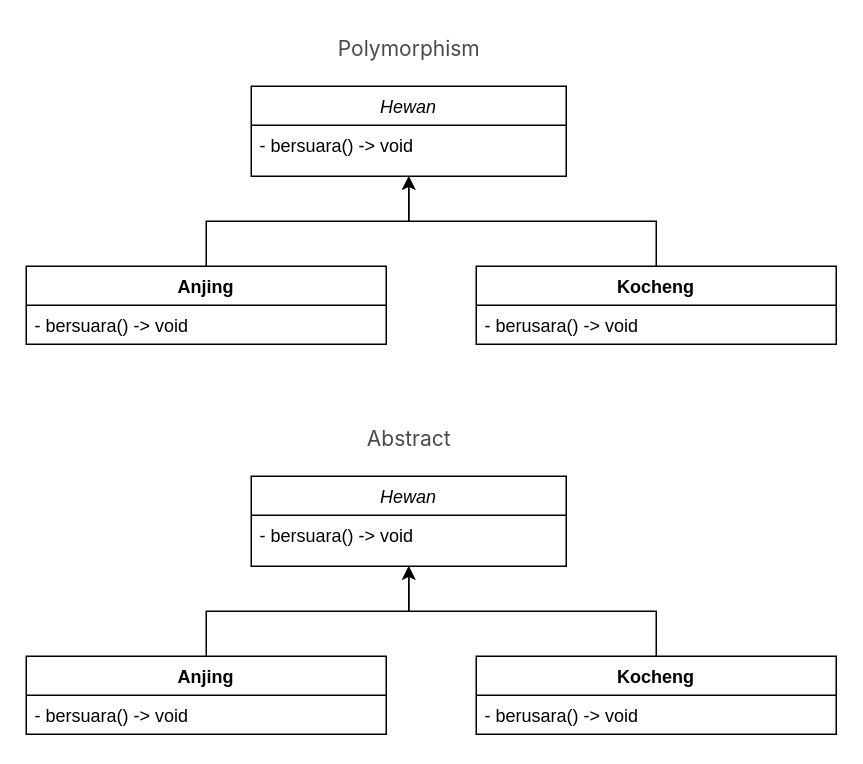
Above: praktikum05/DiagramPraktikum5.drawio in Sucipto-Abdullah/DasarPemogramanJava (draw.io), before the change. Source tidied: cells renumbered, new cells numbered last; positions are measured from the earlier drawing's top-left corner, leaving out a move shared by most shapes. Both pictures are drawn from the tidied source at 150%, with x=0, y=0 at pixel (26, 26).
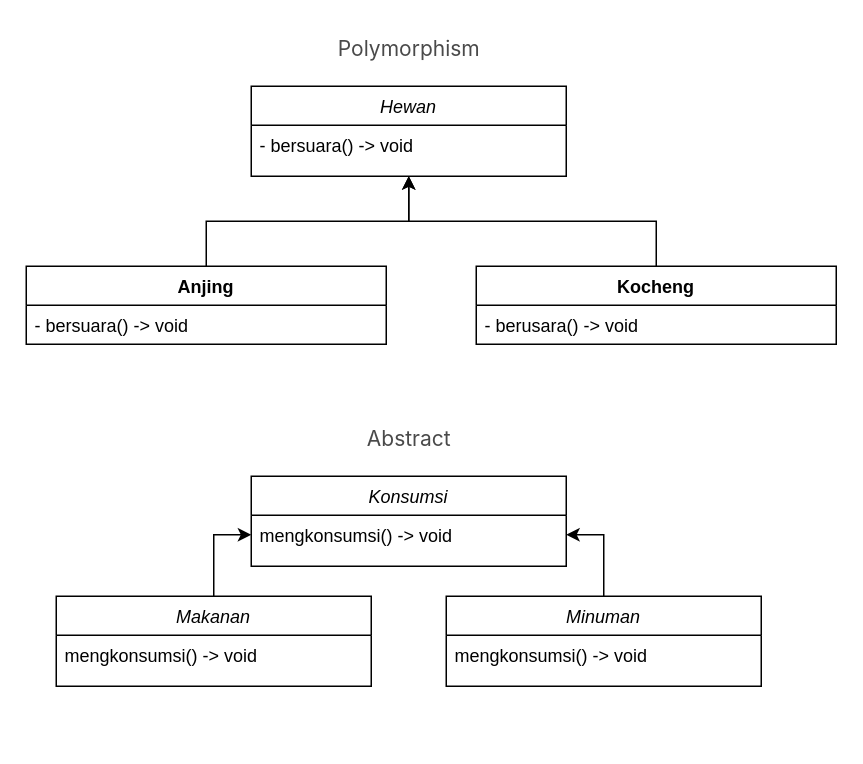
The same diagram, later.

The change refers to these unchanged cells:
```xml
<mxCell id="12" style="group;" parent="1" vertex="1">
  <mxGeometry y="260" width="540" height="212" as="geometry" />
</mxCell>
```

What changed in the source:
```diff
@@
-    <mxCell id="13" value="Hewan" style="swimlane;fontStyle=2;align=center;verticalAlign=top;horizontal=1;startSize=26;rounded=0;shadow=0;strokeWidth=1;" parent="12" vertex="1">
+    <mxCell id="13" value="Konsumsi" style="swimlane;fontStyle=2;align=center;verticalAlign=top;horizontal=1;startSize=26;rounded=0;shadow=0;strokeWidth=1;" parent="12" vertex="1">
       <mxGeometry x="150" y="40" width="210" height="60" as="geometry" />
     </mxCell>
-    <mxCell id="14" value="- bersuara() -&gt; void" style="text;align=left;verticalAlign=top;spacingLeft=4;spacingRight=4;overflow=hidden;points=[[0,0.5],[1,0.5]];portConstraint=eastwest;" parent="13" vertex="1">
+    <mxCell id="14" value="mengkonsumsi() -&gt; void" style="text;align=left;verticalAlign=top;spacingLeft=4;spacingRight=4;overflow=hidden;points=[[0,0.5],[1,0.5]];portConstraint=eastwest;" parent="13" vertex="1">
       <mxGeometry y="26" width="210" height="26" as="geometry" />
     </mxCell>
-    <mxCell id="15" style="edgeStyle=orthogonalEdgeStyle;rounded=0;jettySize=auto;html=1;entryX=0.5;entryY=1;entryDx=0;entryDy=0;" parent="12" edge="1" source="16" target="13">
-      <mxGeometry relative="1" as="geometry" />
-    </mxCell>
-    <mxCell id="16" value="Anjing" style="swimlane;fontStyle=1;align=center;verticalAlign=top;horizontal=1;startSize=26;whiteSpace=wrap;html=1;" parent="12" vertex="1">
-      <mxGeometry y="160" width="240" height="52" as="geometry" />
-    </mxCell>
-    <mxCell id="17" value="- bersuara() -&amp;gt; void" style="text;strokeColor=none;fillColor=none;align=left;verticalAlign=top;spacingLeft=4;spacingRight=4;overflow=hidden;whiteSpace=wrap;html=1;" parent="16" vertex="1">
-      <mxGeometry y="26" width="240" height="26" as="geometry" />
-    </mxCell>
-    <mxCell id="18" style="edgeStyle=orthogonalEdgeStyle;rounded=0;jettySize=auto;html=1;entryX=0.5;entryY=1;entryDx=0;entryDy=0;" parent="12" edge="1" source="19" target="13">
-      <mxGeometry relative="1" as="geometry" />
-    </mxCell>
-    <mxCell id="19" value="Kocheng" style="swimlane;fontStyle=1;align=center;verticalAlign=top;horizontal=1;startSize=26;whiteSpace=wrap;html=1;" parent="12" vertex="1">
-      <mxGeometry x="300" y="160" width="240" height="52" as="geometry" />
-    </mxCell>
-    <mxCell id="20" value="- berusara() -&amp;gt; void" style="text;strokeColor=none;fillColor=none;align=left;verticalAlign=top;spacingLeft=4;spacingRight=4;overflow=hidden;whiteSpace=wrap;html=1;" parent="19" vertex="1">
-      <mxGeometry y="26" width="240" height="26" as="geometry" />
-    </mxCell>
@@
+    <mxCell id="22" style="edgeStyle=orthogonalEdgeStyle;rounded=0;jettySize=auto;html=1;entryX=0;entryY=0.5;entryDx=0;entryDy=0;" parent="12" edge="1" source="23" target="14">
+      <mxGeometry relative="1" as="geometry" />
+    </mxCell>
+    <mxCell id="23" value="Makanan" style="swimlane;fontStyle=2;align=center;verticalAlign=top;horizontal=1;startSize=26;rounded=0;shadow=0;strokeWidth=1;" parent="12" vertex="1">
+      <mxGeometry x="20" y="120" width="210" height="60" as="geometry" />
+    </mxCell>
+    <mxCell id="24" value="mengkonsumsi() -&gt; void" style="text;align=left;verticalAlign=top;spacingLeft=4;spacingRight=4;overflow=hidden;" parent="23" vertex="1">
+      <mxGeometry y="26" width="210" height="26" as="geometry" />
+    </mxCell>
+    <mxCell id="25" style="edgeStyle=orthogonalEdgeStyle;rounded=0;jettySize=auto;html=1;" parent="12" edge="1" source="26" target="14">
+      <mxGeometry relative="1" as="geometry" />
+    </mxCell>
+    <mxCell id="26" value="Minuman" style="swimlane;fontStyle=2;align=center;verticalAlign=top;horizontal=1;startSize=26;rounded=0;shadow=0;strokeWidth=1;" parent="12" vertex="1">
+      <mxGeometry x="280" y="120" width="210" height="60" as="geometry" />
+    </mxCell>
+    <mxCell id="27" value="mengkonsumsi() -&gt; void" style="text;align=left;verticalAlign=top;spacingLeft=4;spacingRight=4;overflow=hidden;" parent="26" vertex="1">
+      <mxGeometry y="26" width="210" height="26" as="geometry" />
+    </mxCell>
```
